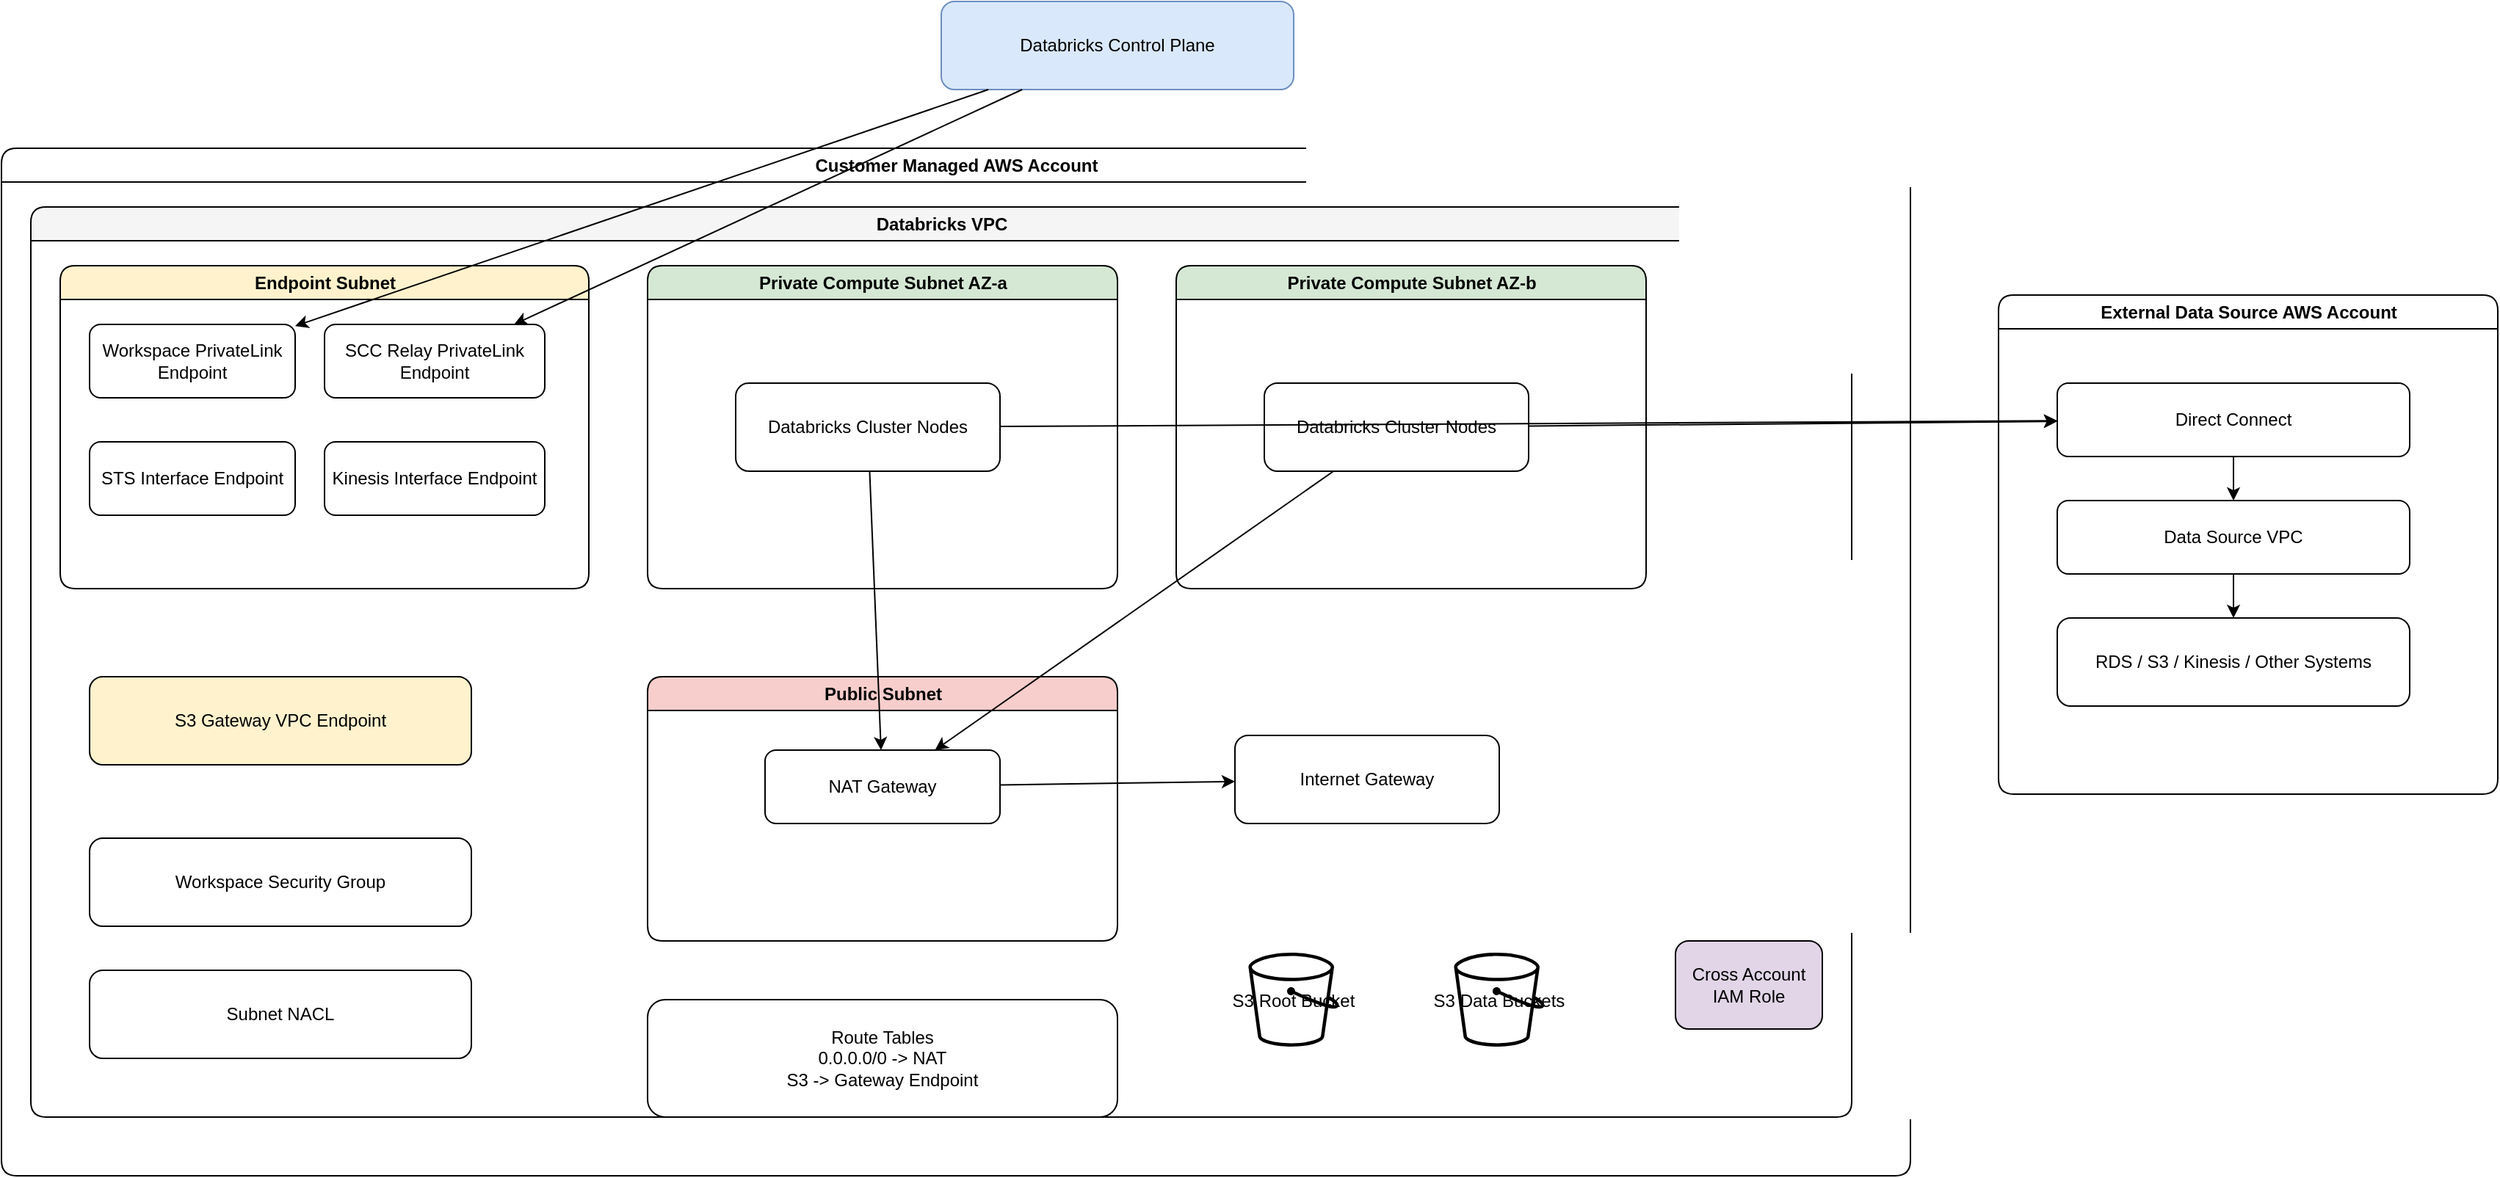
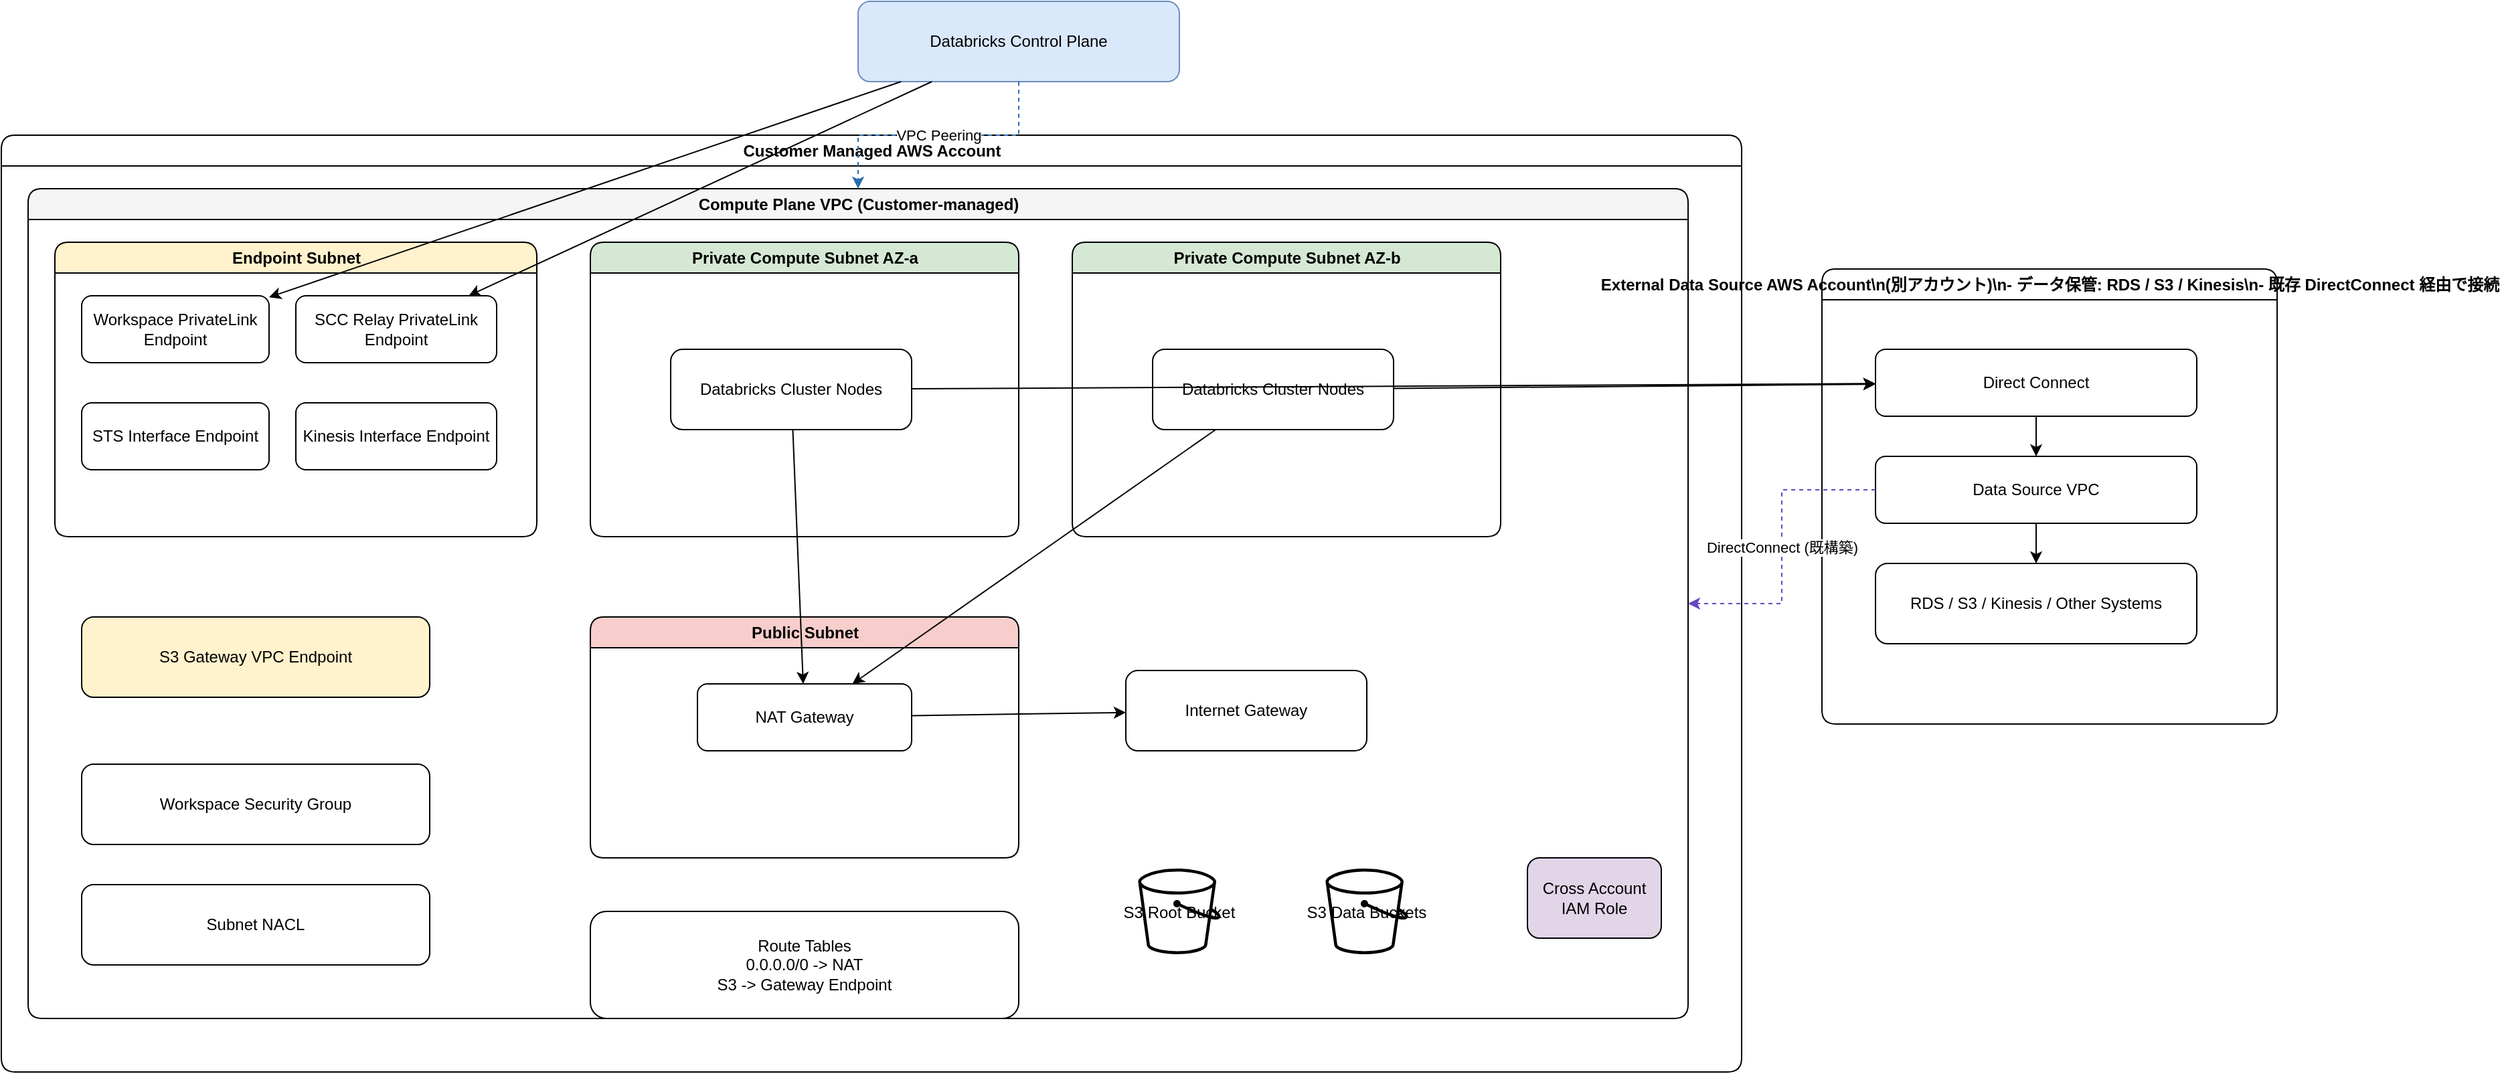
<mxfile host="app.diagrams.net" modified="2026-05-13T00:00:00.000Z" agent="ChatGPT" version="24.7.17">
  <diagram id="databricks-aws" name="Page-1">
    <mxGraphModel dx="1600" dy="900" grid="1" gridSize="10" guides="1" tooltips="1" connect="1" arrows="1" fold="1" page="1" pageScale="1" pageWidth="1920" pageHeight="1080">
      <root>
        <mxCell id="0"/>
        <mxCell id="1" parent="0"/>

        <mxCell id="cp" value="Databricks Control Plane" style="rounded=1;whiteSpace=wrap;html=1;fillColor=#dae8fc;strokeColor=#6c8ebf;" vertex="1" parent="1">
          <mxGeometry x="760" y="20" width="240" height="60" as="geometry"/>
        </mxCell>

        <mxCell id="acc1" value="Customer Managed AWS Account" style="swimlane;html=1;rounded=1;" vertex="1" parent="1">
          <mxGeometry x="120" y="120" width="1300" height="700" as="geometry"/>
        </mxCell>

-         <mxCell id="vpc" value="Databricks VPC" style="swimlane;html=1;rounded=1;fillColor=#f5f5f5;" vertex="1" parent="acc1">
+         <mxCell id="vpc" value="Compute Plane VPC (Customer-managed)" style="swimlane;html=1;rounded=1;fillColor=#f5f5f5;" vertex="1" parent="acc1">
          <mxGeometry x="20" y="40" width="1240" height="620" as="geometry"/>
        </mxCell>

        <mxCell id="ep" value="Endpoint Subnet" style="swimlane;html=1;rounded=1;fillColor=#fff2cc;" vertex="1" parent="vpc">
          <mxGeometry x="20" y="40" width="360" height="220" as="geometry"/>
        </mxCell>

        <mxCell id="vpcews" value="Workspace PrivateLink Endpoint" style="rounded=1;whiteSpace=wrap;html=1;" vertex="1" parent="ep">
          <mxGeometry x="20" y="40" width="140" height="50" as="geometry"/>
        </mxCell>

        <mxCell id="vpcescc" value="SCC Relay PrivateLink Endpoint" style="rounded=1;whiteSpace=wrap;html=1;" vertex="1" parent="ep">
          <mxGeometry x="180" y="40" width="150" height="50" as="geometry"/>
        </mxCell>

        <mxCell id="sts" value="STS Interface Endpoint" style="rounded=1;whiteSpace=wrap;html=1;" vertex="1" parent="ep">
          <mxGeometry x="20" y="120" width="140" height="50" as="geometry"/>
        </mxCell>

        <mxCell id="kin" value="Kinesis Interface Endpoint" style="rounded=1;whiteSpace=wrap;html=1;" vertex="1" parent="ep">
          <mxGeometry x="180" y="120" width="150" height="50" as="geometry"/>
        </mxCell>

        <mxCell id="privA" value="Private Compute Subnet AZ-a" style="swimlane;html=1;rounded=1;fillColor=#d5e8d4;" vertex="1" parent="vpc">
          <mxGeometry x="420" y="40" width="320" height="220" as="geometry"/>
        </mxCell>

        <mxCell id="clA" value="Databricks Cluster Nodes" style="rounded=1;whiteSpace=wrap;html=1;" vertex="1" parent="privA">
          <mxGeometry x="60" y="80" width="180" height="60" as="geometry"/>
        </mxCell>

        <mxCell id="privB" value="Private Compute Subnet AZ-b" style="swimlane;html=1;rounded=1;fillColor=#d5e8d4;" vertex="1" parent="vpc">
          <mxGeometry x="780" y="40" width="320" height="220" as="geometry"/>
        </mxCell>

        <mxCell id="clB" value="Databricks Cluster Nodes" style="rounded=1;whiteSpace=wrap;html=1;" vertex="1" parent="privB">
          <mxGeometry x="60" y="80" width="180" height="60" as="geometry"/>
        </mxCell>

        <mxCell id="pub" value="Public Subnet" style="swimlane;html=1;rounded=1;fillColor=#f8cecc;" vertex="1" parent="vpc">
          <mxGeometry x="420" y="320" width="320" height="180" as="geometry"/>
        </mxCell>

        <mxCell id="nat" value="NAT Gateway" style="rounded=1;whiteSpace=wrap;html=1;" vertex="1" parent="pub">
          <mxGeometry x="80" y="50" width="160" height="50" as="geometry"/>
        </mxCell>

        <mxCell id="igw" value="Internet Gateway" style="rounded=1;whiteSpace=wrap;html=1;" vertex="1" parent="vpc">
          <mxGeometry x="820" y="360" width="180" height="60" as="geometry"/>
        </mxCell>

        <mxCell id="s3gw" value="S3 Gateway VPC Endpoint" style="rounded=1;whiteSpace=wrap;html=1;fillColor=#fff2cc;" vertex="1" parent="vpc">
          <mxGeometry x="40" y="320" width="260" height="60" as="geometry"/>
        </mxCell>

        <mxCell id="sg" value="Workspace Security Group" style="rounded=1;whiteSpace=wrap;html=1;" vertex="1" parent="vpc">
          <mxGeometry x="40" y="430" width="260" height="60" as="geometry"/>
        </mxCell>

        <mxCell id="nacl" value="Subnet NACL" style="rounded=1;whiteSpace=wrap;html=1;" vertex="1" parent="vpc">
          <mxGeometry x="40" y="520" width="260" height="60" as="geometry"/>
        </mxCell>

        <mxCell id="route" value="Route Tables&#10;0.0.0.0/0 -&gt; NAT&#10;S3 -&gt; Gateway Endpoint" style="rounded=1;whiteSpace=wrap;html=1;" vertex="1" parent="vpc">
          <mxGeometry x="420" y="540" width="320" height="80" as="geometry"/>
        </mxCell>

        <mxCell id="rootbucket" value="S3 Root Bucket" style="shape=mxgraph.aws4.resourceIcon;resIcon=mxgraph.aws4.s3;" vertex="1" parent="vpc">
          <mxGeometry x="820" y="500" width="80" height="80" as="geometry"/>
        </mxCell>

        <mxCell id="databucket" value="S3 Data Buckets" style="shape=mxgraph.aws4.resourceIcon;resIcon=mxgraph.aws4.s3;" vertex="1" parent="vpc">
          <mxGeometry x="960" y="500" width="80" height="80" as="geometry"/>
        </mxCell>

        <mxCell id="iam" value="Cross Account IAM Role" style="rounded=1;whiteSpace=wrap;html=1;fillColor=#e1d5e7;" vertex="1" parent="vpc">
          <mxGeometry x="1120" y="500" width="100" height="60" as="geometry"/>
        </mxCell>

-         <mxCell id="acc2" value="External Data Source AWS Account" style="swimlane;html=1;rounded=1;" vertex="1" parent="1">
+         <mxCell id="acc2" value="External Data Source AWS Account\n(別アカウント)\n- データ保管: RDS / S3 / Kinesis\n- 既存 DirectConnect 経由で接続" style="swimlane;html=1;rounded=1;" vertex="1" parent="1">
          <mxGeometry x="1480" y="220" width="340" height="340" as="geometry"/>
        </mxCell>

        <mxCell id="dx" value="Direct Connect" style="rounded=1;whiteSpace=wrap;html=1;" vertex="1" parent="acc2">
          <mxGeometry x="40" y="60" width="240" height="50" as="geometry"/>
        </mxCell>

        <mxCell id="datavpc" value="Data Source VPC" style="rounded=1;whiteSpace=wrap;html=1;" vertex="1" parent="acc2">
          <mxGeometry x="40" y="140" width="240" height="50" as="geometry"/>
        </mxCell>

        <mxCell id="datasys" value="RDS / S3 / Kinesis / Other Systems" style="rounded=1;whiteSpace=wrap;html=1;" vertex="1" parent="acc2">
          <mxGeometry x="40" y="220" width="240" height="60" as="geometry"/>
        </mxCell>

        <mxCell id="e1" edge="1" parent="1" source="cp" target="vpcews">
          <mxGeometry relative="1" as="geometry"/>
        </mxCell>

        <mxCell id="e2" edge="1" parent="1" source="cp" target="vpcescc">
          <mxGeometry relative="1" as="geometry"/>
        </mxCell>

        <mxCell id="e3" edge="1" parent="1" source="clA" target="nat">
          <mxGeometry relative="1" as="geometry"/>
        </mxCell>

        <mxCell id="e4" edge="1" parent="1" source="clB" target="nat">
          <mxGeometry relative="1" as="geometry"/>
        </mxCell>

        <mxCell id="e5" edge="1" parent="1" source="nat" target="igw">
          <mxGeometry relative="1" as="geometry"/>
        </mxCell>

        <mxCell id="e6" edge="1" parent="1" source="clA" target="dx">
          <mxGeometry relative="1" as="geometry"/>
        </mxCell>

        <mxCell id="e7" edge="1" parent="1" source="clB" target="dx">
          <mxGeometry relative="1" as="geometry"/>
        </mxCell>

        <mxCell id="e8" edge="1" parent="1" source="dx" target="datavpc">
          <mxGeometry relative="1" as="geometry"/>
        </mxCell>

+         <mxCell id="e_peering" value="VPC Peering" edge="1" parent="1" source="cp" target="vpc" style="edgeStyle=orthogonalEdgeStyle;rounded=0;html=1;strokeColor=#2b6cb0;dashed=1;">
+           <mxGeometry relative="1" as="geometry"/>
+         </mxCell>
+ 
+         <mxCell id="e_dx_vpc" value="DirectConnect (既構築)" edge="1" parent="1" source="datavpc" target="vpc" style="edgeStyle=orthogonalEdgeStyle;rounded=0;html=1;strokeColor=#6b46c1;dashed=1;">
+           <mxGeometry relative="1" as="geometry"/>
+         </mxCell>
+ 
        <mxCell id="e9" edge="1" parent="1" source="datavpc" target="datasys">
          <mxGeometry relative="1" as="geometry"/>
        </mxCell>

      </root>
    </mxGraphModel>
  </diagram>
</mxfile>
